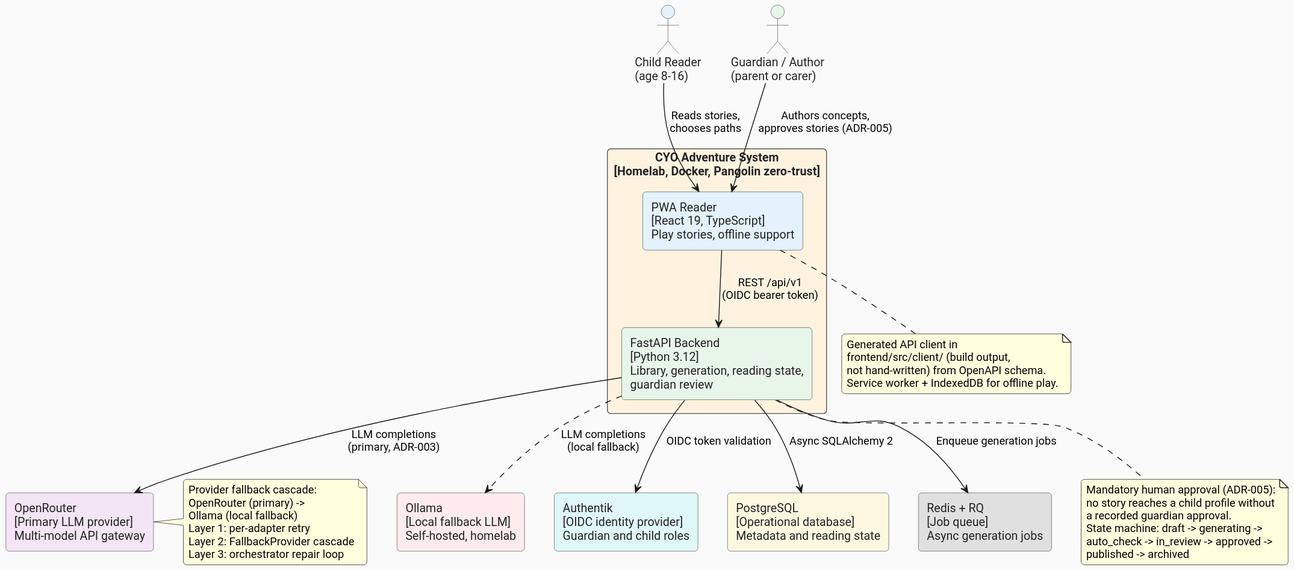
ByronWilliamsCPA/cyo-adventure keeps this PlantUML diagram as docs/architecture/diagrams/c4-context.svg. Above is the earlier version.
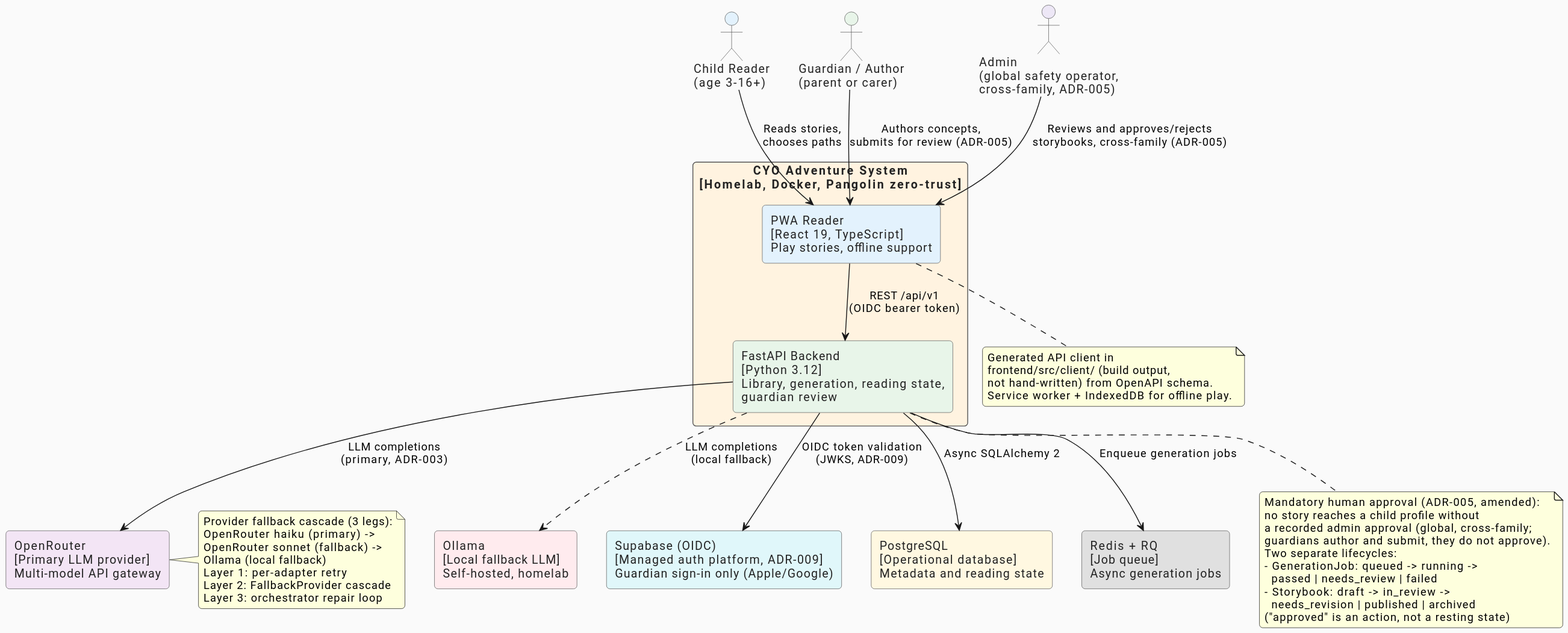
Above is the later version.

Diff of the diagram source:
```diff
@@ -16,8 +16,9 @@
   BackgroundColor #FFFFFF
 }
 
-actor "Child Reader\n(age 8-16)" as child #E3F2FD
+actor "Child Reader\n(age 3-16+)" as child #E3F2FD
 actor "Guardian / Author\n(parent or carer)" as guardian #E8F5E9
+actor "Admin\n(global safety operator,\ncross-family, ADR-005)" as admin #EDE7F6
 
 rectangle "CYO Adventure System\n[Homelab, Docker, Pangolin zero-trust]" as system #FFF3E0 {
   rectangle "PWA Reader\n[React 19, TypeScript]\nPlay stories, offline support" as pwa #E3F2FD
@@ -26,16 +27,17 @@
 
 rectangle "OpenRouter\n[Primary LLM provider]\nMulti-model API gateway" as openrouter #F3E5F5
 rectangle "Ollama\n[Local fallback LLM]\nSelf-hosted, homelab" as ollama #FFEBEE
-rectangle "Authentik\n[OIDC identity provider]\nGuardian and child roles" as authentik #E0F7FA
+rectangle "Supabase (OIDC)\n[Managed auth platform, ADR-009]\nGuardian sign-in only (Apple/Google)" as supabase_auth #E0F7FA
 rectangle "PostgreSQL\n[Operational database]\nMetadata and reading state" as postgres #FFF8E1
 rectangle "Redis + RQ\n[Job queue]\nAsync generation jobs" as redis #E0E0E0
 
 child --> pwa : "Reads stories,\nchooses paths"
-guardian --> pwa : "Authors concepts,\napproves stories (ADR-005)"
+guardian --> pwa : "Authors concepts,\nsubmits for review (ADR-005)"
+admin --> pwa : "Reviews and approves/rejects\nstorybooks, cross-family (ADR-005)"
 pwa --> backend : "REST /api/v1\n(OIDC bearer token)"
 backend --> openrouter : "LLM completions\n(primary, ADR-003)"
 backend ..> ollama : "LLM completions\n(local fallback)"
-backend --> authentik : "OIDC token validation"
+backend --> supabase_auth : "OIDC token validation\n(JWKS, ADR-009)"
 backend --> postgres : "Async SQLAlchemy 2"
 backend --> redis : "Enqueue generation jobs"
 
@@ -47,8 +49,9 @@
 end note
 
 note right of openrouter
-  Provider fallback cascade:
-  OpenRouter (primary) ->
+  Provider fallback cascade (3 legs):
+  OpenRouter haiku (primary) ->
+  OpenRouter sonnet (fallback) ->
   Ollama (local fallback)
   Layer 1: per-adapter retry
   Layer 2: FallbackProvider cascade
@@ -56,11 +59,15 @@
 end note
 
 note bottom of backend
-  Mandatory human approval (ADR-005):
+  Mandatory human approval (ADR-005, amended):
   no story reaches a child profile without
-  a recorded guardian approval.
-  State machine: draft -> generating ->
-  auto_check -> in_review -> approved ->
-  published -> archived
+  a recorded admin approval (global, cross-family;
+  guardians author and submit, they do not approve).
+  Two separate lifecycles:
+  - GenerationJob: queued -> running ->
+    passed | needs_review | failed
+  - Storybook: draft -> in_review ->
+    needs_revision | published | archived
+  ("approved" is an action, not a resting state)
 end note
 @enduml
```
